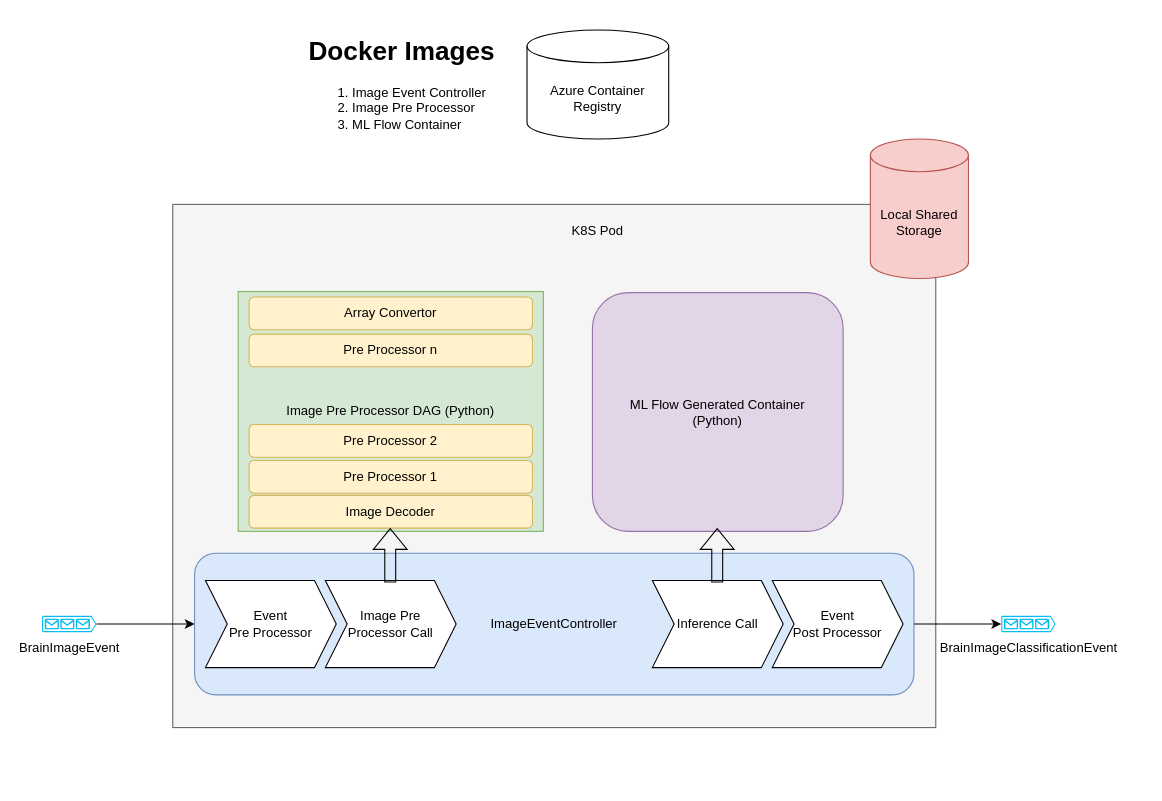
brain-os/brain-proto keeps this draw.io diagram as page "Image Model Deployment" (7 of 9) of docs/diagram/ml.drawio. Above is the earlier version. Source tidied: cells renumbered, new cells numbered last; positions are measured from the earlier drawing's top-left corner, leaving out a move shared by most shapes. Both pictures are drawn from the tidied source at 109%, with x=0, y=0 at pixel (41, 29).
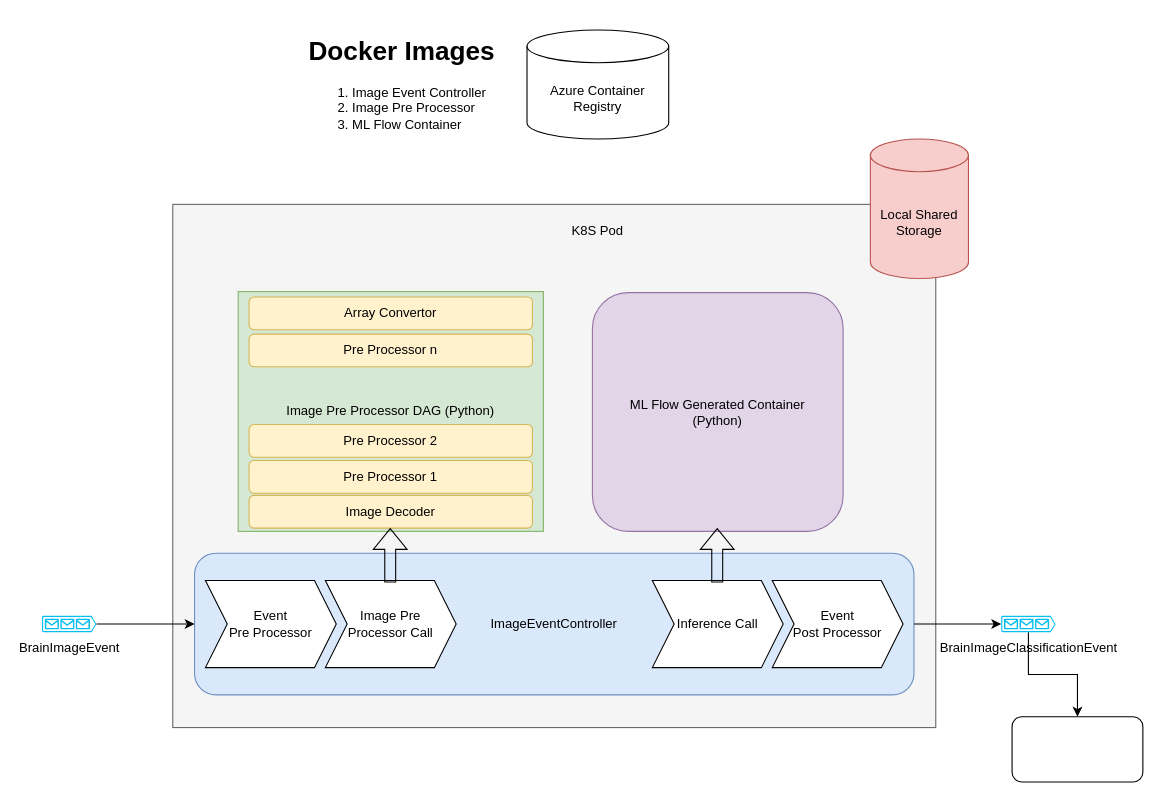
After the change.

Unchanged cells that the change refers to:
```xml
<mxCell id="3" value="BrainImageClassificationEvent" style="verticalLabelPosition=bottom;html=1;verticalAlign=top;align=center;strokeColor=none;fillColor=#00BEF2;shape=mxgraph.azure.queue_generic;" parent="1" vertex="1">
  <mxGeometry x="880" y="537.5" width="50" height="15" as="geometry" />
</mxCell>
```

Change to the diagram source:
```diff
@@
+    <mxCell id="25" style="edgeStyle=orthogonalEdgeStyle;rounded=0;jettySize=auto;html=1;" parent="1" edge="1" source="3" target="26">
+      <mxGeometry relative="1" as="geometry" />
+    </mxCell>
@@
+    <mxCell id="26" style="rounded=1;whiteSpace=wrap;html=1;" parent="1" vertex="1">
+      <mxGeometry x="890" y="630" width="120" height="60" as="geometry" />
+    </mxCell>
```
